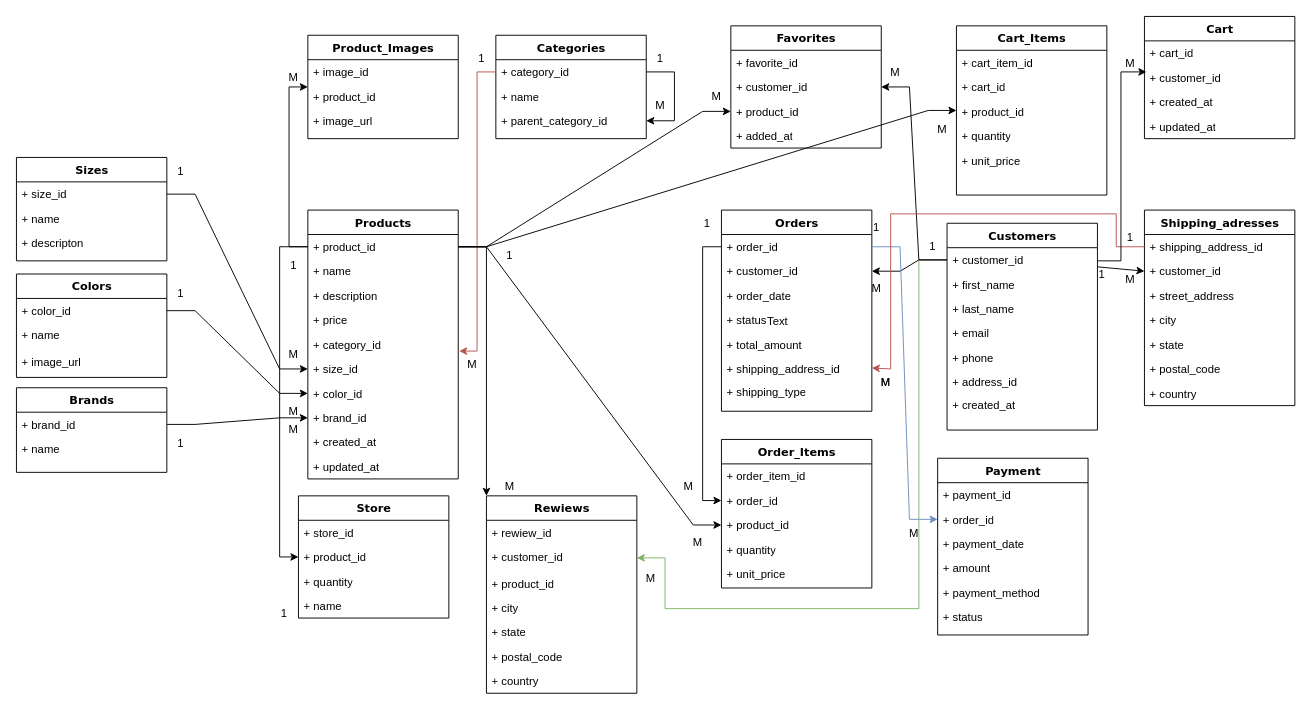
The draw.io diagram docs/Діаграма без назви.drawio in Yaroslav-Sp/modnyk, before the edit. Source tidied: cells renumbered, new cells numbered last; positions are measured from the earlier drawing's top-left corner, leaving out a move shared by most shapes. Both pictures are drawn from the tidied source at 94%, with x=0, y=0 at pixel (16, 16).
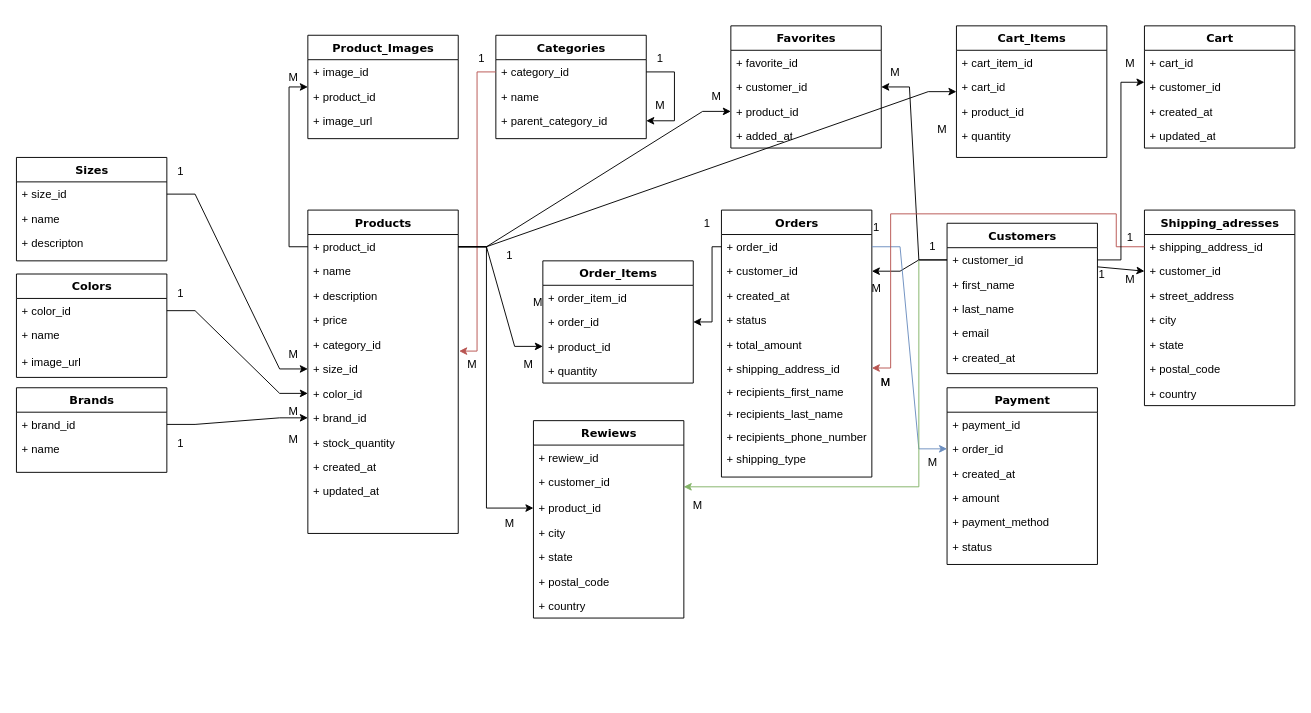
Above is the later version.

Unchanged cells that the change refers to:
```xml
<mxCell id="3" value="+ product_id" style="text;html=1;strokeColor=none;fillColor=none;align=left;verticalAlign=top;spacingLeft=4;spacingRight=4;whiteSpace=wrap;overflow=hidden;points=[[0,0.5],[1,0.5]];portConstraint=eastwest;" parent="2" vertex="1">
  <mxGeometry y="26" width="160" height="26" as="geometry" />
</mxCell>
<mxCell id="8" value="+ size_id" style="text;html=1;strokeColor=none;fillColor=none;align=left;verticalAlign=top;spacingLeft=4;spacingRight=4;whiteSpace=wrap;overflow=hidden;points=[[0,0.5],[1,0.5]];portConstraint=eastwest;" parent="2" vertex="1">
  <mxGeometry y="156" width="160" height="26" as="geometry" />
</mxCell>
<mxCell id="19" value="+ customer_id" style="text;html=1;strokeColor=none;fillColor=none;align=left;verticalAlign=top;spacingLeft=4;spacingRight=4;whiteSpace=wrap;overflow=hidden;points=[[0,0.5],[1,0.5]];portConstraint=eastwest;" parent="18" vertex="1">
  <mxGeometry y="26" width="160" height="26" as="geometry" />
</mxCell>
<mxCell id="27" value="+ order_id" style="text;html=1;strokeColor=none;fillColor=none;align=left;verticalAlign=top;spacingLeft=4;spacingRight=4;whiteSpace=wrap;overflow=hidden;points=[[0,0.5],[1,0.5]];portConstraint=eastwest;" parent="26" vertex="1">
  <mxGeometry y="26" width="160" height="26" as="geometry" />
</mxCell>
<mxCell id="32" value="+ shipping_address_id" style="text;html=1;strokeColor=none;fillColor=none;align=left;verticalAlign=top;spacingLeft=4;spacingRight=4;whiteSpace=wrap;overflow=hidden;points=[[0,0.5],[1,0.5]];portConstraint=eastwest;" parent="26" vertex="1">
  <mxGeometry y="156" width="160" height="24" as="geometry" />
</mxCell>
<mxCell id="36" value="+ order_id" style="text;html=1;strokeColor=none;fillColor=none;align=left;verticalAlign=top;spacingLeft=4;spacingRight=4;whiteSpace=wrap;overflow=hidden;points=[[0,0.5],[1,0.5]];portConstraint=eastwest;" parent="34" vertex="1">
  <mxGeometry y="52" width="160" height="26" as="geometry" />
</mxCell>
<mxCell id="41" value="+ shipping_address_id" style="text;html=1;strokeColor=none;fillColor=none;align=left;verticalAlign=top;spacingLeft=4;spacingRight=4;whiteSpace=wrap;overflow=hidden;points=[[0,0.5],[1,0.5]];portConstraint=eastwest;" parent="40" vertex="1">
  <mxGeometry y="26" width="160" height="26" as="geometry" />
</mxCell>
<mxCell id="66" value="+ customer_id" style="text;html=1;strokeColor=none;fillColor=none;align=left;verticalAlign=top;spacingLeft=4;spacingRight=4;whiteSpace=wrap;overflow=hidden;points=[[0,0.5],[1,0.5]];portConstraint=eastwest;" parent="64" vertex="1">
  <mxGeometry y="52" width="160" height="26" as="geometry" />
</mxCell>
<mxCell id="103" value="1" style="text;html=1;align=center;verticalAlign=middle;whiteSpace=wrap;rounded=0;" parent="1" vertex="1">
  <mxGeometry x="960" y="230" width="30" height="30" as="geometry" />
</mxCell>
<mxCell id="121" value="+ customer_id" style="text;html=1;strokeColor=none;fillColor=none;align=left;verticalAlign=top;spacingLeft=4;spacingRight=4;whiteSpace=wrap;overflow=hidden;points=[[0,0.5],[1,0.5]];portConstraint=eastwest;" parent="119" vertex="1">
  <mxGeometry y="52" width="160" height="28" as="geometry" />
</mxCell>
<mxCell id="122" value="+ product_id" style="text;html=1;strokeColor=none;fillColor=none;align=left;verticalAlign=top;spacingLeft=4;spacingRight=4;whiteSpace=wrap;overflow=hidden;points=[[0,0.5],[1,0.5]];portConstraint=eastwest;" parent="119" vertex="1">
  <mxGeometry y="80" width="160" height="26" as="geometry" />
</mxCell>
<mxCell id="131" value="+ size_id" style="text;html=1;strokeColor=none;fillColor=none;align=left;verticalAlign=top;spacingLeft=4;spacingRight=4;whiteSpace=wrap;overflow=hidden;points=[[0,0.5],[1,0.5]];portConstraint=eastwest;" parent="130" vertex="1">
  <mxGeometry y="26" width="160" height="26" as="geometry" />
</mxCell>
```

The edit, as a diff of the source:
```diff
@@
     <mxCell id="2" value="Products" style="swimlane;html=1;fontStyle=1;align=center;verticalAlign=top;horizontal=1;startSize=26;swimlaneFillColor=#ffffff;rounded=0;shadow=0;comic=0;labelBackgroundColor=none;strokeWidth=1;fillColor=none;fontFamily=Verdana;fontSize=12;" parent="1" vertex="1">
-      <mxGeometry x="310" y="206" width="160" height="286" as="geometry" />
+      <mxGeometry x="310" y="206" width="160" height="344" as="geometry" />
     </mxCell>
@@
+    <mxCell id="150" value="+ stock_quantity" style="text;html=1;strokeColor=none;fillColor=none;align=left;verticalAlign=top;spacingLeft=4;spacingRight=4;whiteSpace=wrap;overflow=hidden;" parent="2" vertex="1">
+      <mxGeometry y="234" width="160" height="26" as="geometry" />
+    </mxCell>
     <mxCell id="11" value="+ created_at" style="text;html=1;strokeColor=none;fillColor=none;align=left;verticalAlign=top;spacingLeft=4;spacingRight=4;whiteSpace=wrap;overflow=hidden;" parent="2" vertex="1">
-      <mxGeometry y="234" width="160" height="26" as="geometry" />
+      <mxGeometry y="260" width="160" height="26" as="geometry" />
     </mxCell>
     <mxCell id="12" value="+ updated_at" style="text;html=1;strokeColor=none;fillColor=none;align=left;verticalAlign=top;spacingLeft=4;spacingRight=4;whiteSpace=wrap;overflow=hidden;" parent="2" vertex="1">
-      <mxGeometry y="260" width="160" height="26" as="geometry" />
+      <mxGeometry y="286" width="160" height="26" as="geometry" />
     </mxCell>
@@
     <mxCell id="18" value="Customers" style="swimlane;html=1;fontStyle=1;align=center;verticalAlign=top;horizontal=1;startSize=26;swimlaneFillColor=#ffffff;rounded=0;shadow=0;comic=0;labelBackgroundColor=none;strokeWidth=1;fillColor=none;fontFamily=Verdana;fontSize=12;" parent="1" vertex="1">
-      <mxGeometry x="990" y="220" width="160" height="220" as="geometry" />
+      <mxGeometry x="990" y="220" width="160" height="160" as="geometry" />
     </mxCell>
@@
-    <mxCell id="23" value="+ phone" style="text;html=1;strokeColor=none;fillColor=none;align=left;verticalAlign=top;spacingLeft=4;spacingRight=4;whiteSpace=wrap;overflow=hidden;" parent="18" vertex="1">
-      <mxGeometry y="130" width="160" height="26" as="geometry" />
-    </mxCell>
-    <mxCell id="24" value="+ address_id" style="text;html=1;strokeColor=none;fillColor=none;align=left;verticalAlign=top;spacingLeft=4;spacingRight=4;whiteSpace=wrap;overflow=hidden;" parent="18" vertex="1">
-      <mxGeometry y="156" width="160" height="24" as="geometry" />
-    </mxCell>
     <mxCell id="25" value="+ created_at" style="text;html=1;strokeColor=none;fillColor=none;align=left;verticalAlign=top;spacingLeft=4;spacingRight=4;whiteSpace=wrap;overflow=hidden;" parent="18" vertex="1">
-      <mxGeometry y="180" width="160" height="24" as="geometry" />
+      <mxGeometry y="130" width="160" height="24" as="geometry" />
     </mxCell>
     <mxCell id="26" value="Orders" style="swimlane;html=1;fontStyle=1;align=center;verticalAlign=top;horizontal=1;startSize=26;swimlaneFillColor=#ffffff;rounded=0;shadow=0;comic=0;labelBackgroundColor=none;strokeWidth=1;fillColor=none;fontFamily=Verdana;fontSize=12;" parent="1" vertex="1">
-      <mxGeometry x="750" y="206" width="160" height="214" as="geometry" />
+      <mxGeometry x="750" y="206" width="160" height="284" as="geometry" />
     </mxCell>
@@
-    <mxCell id="29" value="+ order_date" style="text;html=1;strokeColor=none;fillColor=none;align=left;verticalAlign=top;spacingLeft=4;spacingRight=4;whiteSpace=wrap;overflow=hidden;" parent="26" vertex="1">
+    <mxCell id="29" value="+ created_at" style="text;html=1;strokeColor=none;fillColor=none;align=left;verticalAlign=top;spacingLeft=4;spacingRight=4;whiteSpace=wrap;overflow=hidden;" parent="26" vertex="1">
       <mxGeometry y="78" width="160" height="26" as="geometry" />
     </mxCell>
@@
-    <mxCell id="33" value="+ shipping_type" style="text;html=1;strokeColor=none;fillColor=none;align=left;verticalAlign=top;spacingLeft=4;spacingRight=4;whiteSpace=wrap;overflow=hidden;" parent="26" vertex="1">
+    <mxCell id="33" value="+ recipients_first_name" style="text;html=1;strokeColor=none;fillColor=none;align=left;verticalAlign=top;spacingLeft=4;spacingRight=4;whiteSpace=wrap;overflow=hidden;" parent="26" vertex="1">
       <mxGeometry y="180" width="160" height="24" as="geometry" />
     </mxCell>
+    <mxCell id="151" value="+ recipients_last_name" style="text;html=1;strokeColor=none;fillColor=none;align=left;verticalAlign=top;spacingLeft=4;spacingRight=4;whiteSpace=wrap;overflow=hidden;" parent="26" vertex="1">
+      <mxGeometry y="204" width="160" height="24" as="geometry" />
+    </mxCell>
+    <mxCell id="152" value="+ recipients_phone_number" style="text;html=1;strokeColor=none;fillColor=none;align=left;verticalAlign=top;spacingLeft=4;spacingRight=4;whiteSpace=wrap;overflow=hidden;" parent="26" vertex="1">
+      <mxGeometry y="228" width="160" height="24" as="geometry" />
+    </mxCell>
+    <mxCell id="153" value="+ shipping_type" style="text;html=1;strokeColor=none;fillColor=none;align=left;verticalAlign=top;spacingLeft=4;spacingRight=4;whiteSpace=wrap;overflow=hidden;" parent="26" vertex="1">
+      <mxGeometry y="252" width="160" height="24" as="geometry" />
+    </mxCell>
     <mxCell id="34" value="Order_Items" style="swimlane;html=1;fontStyle=1;align=center;verticalAlign=top;horizontal=1;startSize=26;swimlaneFillColor=#ffffff;rounded=0;shadow=0;comic=0;labelBackgroundColor=none;strokeWidth=1;fillColor=none;fontFamily=Verdana;fontSize=12;" parent="1" vertex="1">
-      <mxGeometry x="750" y="450" width="160" height="158" as="geometry" />
+      <mxGeometry x="560" y="260" width="160" height="130" as="geometry" />
     </mxCell>
@@
-    <mxCell id="39" value="+ unit_price" style="text;html=1;strokeColor=none;fillColor=none;align=left;verticalAlign=top;spacingLeft=4;spacingRight=4;whiteSpace=wrap;overflow=hidden;" parent="34" vertex="1">
-      <mxGeometry y="130" width="160" height="26" as="geometry" />
-    </mxCell>
@@
     <mxCell id="48" value="Payment" style="swimlane;html=1;fontStyle=1;align=center;verticalAlign=top;horizontal=1;startSize=26;swimlaneFillColor=#ffffff;rounded=0;shadow=0;comic=0;labelBackgroundColor=none;strokeWidth=1;fillColor=none;fontFamily=Verdana;fontSize=12;" parent="1" vertex="1">
-      <mxGeometry x="980" y="470" width="160" height="188" as="geometry" />
+      <mxGeometry x="990" y="395" width="160" height="188" as="geometry" />
     </mxCell>
@@
-    <mxCell id="51" value="+ payment_date" style="text;html=1;strokeColor=none;fillColor=none;align=left;verticalAlign=top;spacingLeft=4;spacingRight=4;whiteSpace=wrap;overflow=hidden;" parent="48" vertex="1">
-      <mxGeometry y="78" width="160" height="26" as="geometry" />
-    </mxCell>
+    <mxCell id="154" value="+ created_at" style="text;html=1;strokeColor=none;fillColor=none;align=left;verticalAlign=top;spacingLeft=4;spacingRight=4;whiteSpace=wrap;overflow=hidden;" parent="48" vertex="1">
+      <mxGeometry y="78" width="160" height="26" as="geometry" />
+    </mxCell>
@@
-    <mxCell id="55" value="Store" style="swimlane;html=1;fontStyle=1;align=center;verticalAlign=top;horizontal=1;startSize=26;swimlaneFillColor=#ffffff;rounded=0;shadow=0;comic=0;labelBackgroundColor=none;strokeWidth=1;fillColor=none;fontFamily=Verdana;fontSize=12;" parent="1" vertex="1">
-      <mxGeometry x="300" y="510" width="160" height="130" as="geometry" />
-    </mxCell>
-    <mxCell id="56" value="+ store_id" style="text;html=1;strokeColor=none;fillColor=none;align=left;verticalAlign=top;spacingLeft=4;spacingRight=4;whiteSpace=wrap;overflow=hidden;" parent="55" vertex="1">
-      <mxGeometry y="26" width="160" height="26" as="geometry" />
-    </mxCell>
-    <mxCell id="57" value="+ product_id" style="text;html=1;strokeColor=none;fillColor=none;align=left;verticalAlign=top;spacingLeft=4;spacingRight=4;whiteSpace=wrap;overflow=hidden;" parent="55" vertex="1">
-      <mxGeometry y="52" width="160" height="26" as="geometry" />
-    </mxCell>
-    <mxCell id="58" value="+ quantity" style="text;html=1;strokeColor=none;fillColor=none;align=left;verticalAlign=top;spacingLeft=4;spacingRight=4;whiteSpace=wrap;overflow=hidden;" parent="55" vertex="1">
-      <mxGeometry y="78" width="160" height="26" as="geometry" />
-    </mxCell>
-    <mxCell id="59" value="+ name" style="text;html=1;strokeColor=none;fillColor=none;align=left;verticalAlign=top;spacingLeft=4;spacingRight=4;whiteSpace=wrap;overflow=hidden;" parent="55" vertex="1">
-      <mxGeometry y="104" width="160" height="26" as="geometry" />
-    </mxCell>
@@
     <mxCell id="64" value="Cart" style="swimlane;html=1;fontStyle=1;align=center;verticalAlign=top;horizontal=1;startSize=26;swimlaneFillColor=#ffffff;rounded=0;shadow=0;comic=0;labelBackgroundColor=none;strokeWidth=1;fillColor=none;fontFamily=Verdana;fontSize=12;" parent="1" vertex="1">
-      <mxGeometry x="1200" width="160" height="130" as="geometry" />
+      <mxGeometry x="1200" y="10" width="160" height="130" as="geometry" />
     </mxCell>
@@
     <mxCell id="69" value="Cart_Items" style="swimlane;html=1;fontStyle=1;align=center;verticalAlign=top;horizontal=1;startSize=26;swimlaneFillColor=#ffffff;rounded=0;shadow=0;comic=0;labelBackgroundColor=none;strokeWidth=1;fillColor=none;fontFamily=Verdana;fontSize=12;" parent="1" vertex="1">
-      <mxGeometry x="1000" y="10" width="160" height="180" as="geometry" />
+      <mxGeometry x="1000" y="10" width="160" height="140" as="geometry" />
     </mxCell>
@@
-    <mxCell id="74" value="+ unit_price" style="text;html=1;strokeColor=none;fillColor=none;align=left;verticalAlign=top;spacingLeft=4;spacingRight=4;whiteSpace=wrap;overflow=hidden;" parent="69" vertex="1">
-      <mxGeometry y="130" width="160" height="26" as="geometry" />
-    </mxCell>
@@
-    <mxCell id="82" style="edgeStyle=orthogonalEdgeStyle;rounded=0;jettySize=auto;html=1;entryX=0;entryY=0.5;entryDx=0;entryDy=0;" parent="1" edge="1" source="27" target="36">
-      <mxGeometry relative="1" as="geometry" />
-    </mxCell>
@@
-    <mxCell id="85" style="edgeStyle=orthogonalEdgeStyle;rounded=0;jettySize=auto;html=1;entryX=0;entryY=0.5;entryDx=0;entryDy=0;" parent="1" edge="1" source="3" target="55">
-      <mxGeometry relative="1" as="geometry" />
-    </mxCell>
@@
     <mxCell id="88" style="edgeStyle=entityRelationEdgeStyle;rounded=0;jettySize=auto;html=1;entryX=0;entryY=0.5;entryDx=0;entryDy=0;" parent="1" edge="1" source="3" target="69">
-      <mxGeometry relative="1" as="geometry" />
+      <mxGeometry relative="1" as="geometry">
+        <Array as="points">
+          <mxPoint x="740" y="170" />
+        </Array>
+      </mxGeometry>
     </mxCell>
@@
-    <mxCell id="90" value="Text" style="text;strokeColor=none;align=center;fillColor=none;html=1;verticalAlign=middle;whiteSpace=wrap;rounded=0;" parent="1" vertex="1">
-      <mxGeometry x="780" y="310" width="60" height="30" as="geometry" />
-    </mxCell>
@@
-    <mxCell id="96" value="1" style="text;html=1;align=center;verticalAlign=middle;whiteSpace=wrap;rounded=0;" parent="1" vertex="1">
-      <mxGeometry x="280" y="250" width="30" height="30" as="geometry" />
-    </mxCell>
-    <mxCell id="97" value="1" style="text;html=1;align=center;verticalAlign=middle;whiteSpace=wrap;rounded=0;" parent="1" vertex="1">
-      <mxGeometry x="270" y="620" width="30" height="30" as="geometry" />
-    </mxCell>
     <mxCell id="98" value="M" style="text;html=1;align=center;verticalAlign=middle;whiteSpace=wrap;rounded=0;" parent="1" vertex="1">
-      <mxGeometry x="710" y="550" width="30" height="20" as="geometry" />
+      <mxGeometry x="530" y="360" width="30" height="20" as="geometry" />
     </mxCell>
     <mxCell id="99" value="M" style="text;html=1;align=center;verticalAlign=middle;whiteSpace=wrap;rounded=0;" parent="1" vertex="1">
-      <mxGeometry x="700" y="490" width="30" height="20" as="geometry" />
+      <mxGeometry x="540" y="295" width="30" height="20" as="geometry" />
     </mxCell>
@@
-    <mxCell id="102" style="edgeStyle=orthogonalEdgeStyle;rounded=0;jettySize=auto;html=1;fillColor=#d5e8d4;strokeColor=#82b366;" parent="1" edge="1" source="103" target="121">
+    <mxCell id="102" style="edgeStyle=orthogonalEdgeStyle;rounded=0;jettySize=auto;html=1;fillColor=#d5e8d4;strokeColor=#82b366;entryX=0.999;entryY=0.657;entryDx=0;entryDy=0;entryPerimeter=0;" parent="1" edge="1" source="103" target="121">
       <mxGeometry relative="1" as="geometry">
         <Array as="points">
-          <mxPoint x="960" y="630" />
-          <mxPoint x="690" y="630" />
-          <mxPoint x="690" y="576" />
+          <mxPoint x="960" y="500" />
+          <mxPoint x="710" y="500" />
         </Array>
       </mxGeometry>
     </mxCell>
@@
     <mxCell id="104" style="edgeStyle=orthogonalEdgeStyle;rounded=0;jettySize=auto;html=1;entryX=1;entryY=0.5;entryDx=0;entryDy=0;fillColor=#f8cecc;strokeColor=#b85450;" parent="1" edge="1" source="41" target="32">
       <mxGeometry relative="1" as="geometry">
         <Array as="points">
           <mxPoint x="1170" y="245" />
           <mxPoint x="1170" y="210" />
           <mxPoint x="930" y="210" />
-          <mxPoint x="930" y="375" />
+          <mxPoint x="930" y="374" />
         </Array>
       </mxGeometry>
     </mxCell>
@@
     <mxCell id="116" value="M" style="text;html=1;align=center;verticalAlign=middle;whiteSpace=wrap;rounded=0;" parent="1" vertex="1">
-      <mxGeometry x="940" y="540" width="30" height="20" as="geometry" />
+      <mxGeometry x="960" y="465" width="30" height="20" as="geometry" />
     </mxCell>
-    <mxCell id="117" style="edgeStyle=orthogonalEdgeStyle;rounded=0;jettySize=auto;html=1;entryX=0.013;entryY=0.269;entryDx=0;entryDy=0;entryPerimeter=0;" parent="1" edge="1" source="19" target="66">
-      <mxGeometry relative="1" as="geometry">
-        <Array as="points">
-          <mxPoint x="1175" y="260" />
-          <mxPoint x="1175" y="59" />
-        </Array>
-      </mxGeometry>
-    </mxCell>
@@
     <mxCell id="119" value="Rewiews" style="swimlane;html=1;fontStyle=1;align=center;verticalAlign=top;horizontal=1;startSize=26;swimlaneFillColor=#ffffff;rounded=0;shadow=0;comic=0;labelBackgroundColor=none;strokeWidth=1;fillColor=none;fontFamily=Verdana;fontSize=12;" parent="1" vertex="1">
-      <mxGeometry x="500" y="510" width="160" height="210" as="geometry" />
+      <mxGeometry x="550" y="430" width="160" height="210" as="geometry" />
     </mxCell>
@@
-    <mxCell id="127" style="edgeStyle=orthogonalEdgeStyle;rounded=0;jettySize=auto;html=1;entryX=0;entryY=0;entryDx=0;entryDy=0;" parent="1" edge="1" source="3" target="119">
-      <mxGeometry relative="1" as="geometry" />
+    <mxCell id="127" style="edgeStyle=orthogonalEdgeStyle;rounded=0;jettySize=auto;html=1;entryX=0;entryY=0.5;entryDx=0;entryDy=0;" parent="1" edge="1" source="3" target="122">
+      <mxGeometry relative="1" as="geometry">
+        <Array as="points">
+          <mxPoint x="500" y="245" />
+          <mxPoint x="500" y="523" />
+        </Array>
+      </mxGeometry>
     </mxCell>
     <mxCell id="128" value="M" style="text;html=1;align=center;verticalAlign=middle;whiteSpace=wrap;rounded=0;" parent="1" vertex="1">
-      <mxGeometry x="510" y="490" width="30" height="20" as="geometry" />
+      <mxGeometry x="510" y="530" width="30" height="20" as="geometry" />
     </mxCell>
     <mxCell id="129" value="M" style="text;html=1;align=center;verticalAlign=middle;whiteSpace=wrap;rounded=0;" parent="1" vertex="1">
-      <mxGeometry x="660" y="588" width="30" height="20" as="geometry" />
+      <mxGeometry x="710" y="510" width="30" height="20" as="geometry" />
     </mxCell>
@@
     <mxCell id="134" style="rounded=0;jettySize=auto;html=1;exitX=1;exitY=0.5;exitDx=0;exitDy=0;entryX=0;entryY=0.5;entryDx=0;entryDy=0;edgeStyle=entityRelationEdgeStyle;" parent="1" edge="1" source="131" target="8">
-      <mxGeometry relative="1" as="geometry" />
+      <mxGeometry relative="1" as="geometry">
+        <Array as="points">
+          <mxPoint x="230" y="280" />
+          <mxPoint x="220" y="260" />
+          <mxPoint x="220" y="280" />
+        </Array>
+      </mxGeometry>
     </mxCell>
@@
     <mxCell id="145" value="M" style="text;html=1;align=center;verticalAlign=middle;whiteSpace=wrap;rounded=0;" parent="1" vertex="1">
-      <mxGeometry x="280" y="430" width="30" height="20" as="geometry" />
+      <mxGeometry x="280" y="440" width="30" height="20" as="geometry" />
     </mxCell>
@@
+    <mxCell id="82" style="edgeStyle=orthogonalEdgeStyle;rounded=0;jettySize=auto;html=1;entryX=1;entryY=0.5;entryDx=0;entryDy=0;" parent="1" edge="1" source="27" target="36">
+      <mxGeometry relative="1" as="geometry">
+        <Array as="points">
+          <mxPoint x="740" y="245" />
+          <mxPoint x="740" y="325" />
+        </Array>
+      </mxGeometry>
+    </mxCell>
+    <mxCell id="117" style="edgeStyle=orthogonalEdgeStyle;rounded=0;jettySize=auto;html=1;exitX=1;exitY=0.5;exitDx=0;exitDy=0;entryX=0;entryY=0.308;entryDx=0;entryDy=0;entryPerimeter=0;" parent="1" edge="1" source="19" target="66">
+      <mxGeometry relative="1" as="geometry" />
+    </mxCell>
```
